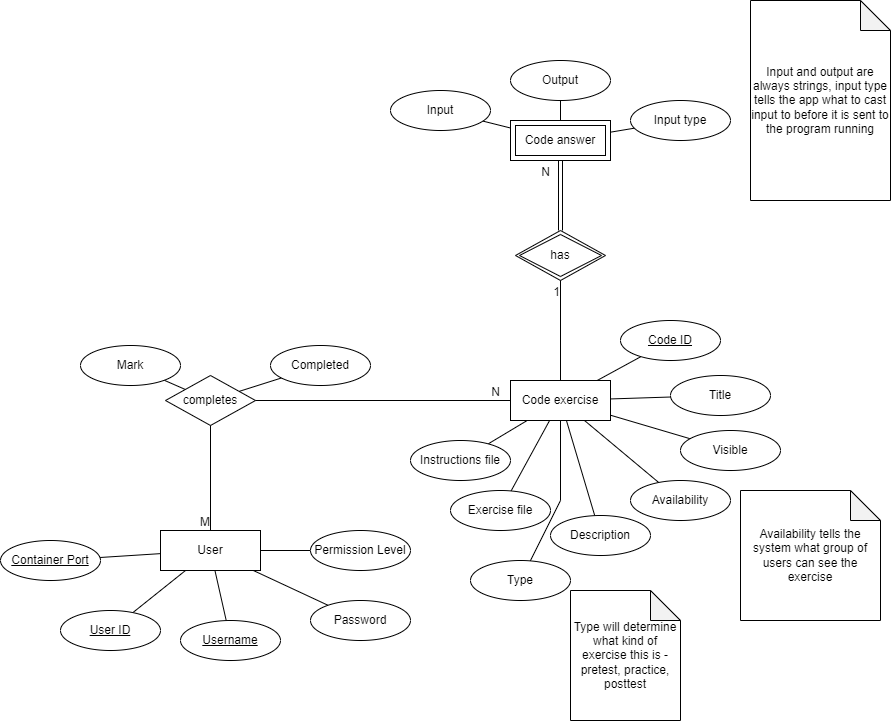
Above: design/ERD.png in otto2048/honours-project (draw.io), before the change. Source tidied: cells renumbered, new cells last; positions are measured from the earlier drawing's top-left corner, leaving out a move shared by most shapes.
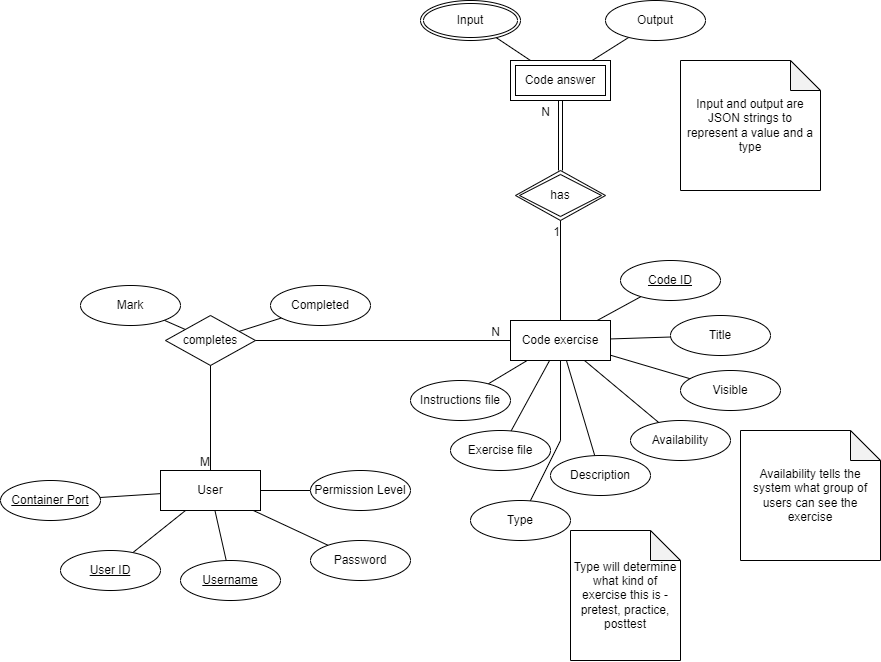
After the change.

Change to the diagram source:
```diff
@@ -116,26 +116,14 @@
         <mxPoint x="-10" y="20" as="offset" />
       </mxGeometry>
     </mxCell>
-    <mxCell id="36" style="rounded=0;jettySize=auto;html=1;endArrow=none;endFill=0;" parent="1" edge="1" source="37" target="30">
-      <mxGeometry relative="1" as="geometry" />
-    </mxCell>
-    <mxCell id="37" value="Input" style="ellipse;whiteSpace=wrap;html=1;align=center;" parent="1" vertex="1">
-      <mxGeometry x="390" y="90" width="100" height="40" as="geometry" />
-    </mxCell>
     <mxCell id="38" style="rounded=0;jettySize=auto;html=1;endArrow=none;endFill=0;" parent="1" edge="1" source="39" target="30">
       <mxGeometry relative="1" as="geometry" />
     </mxCell>
     <mxCell id="39" value="Output" style="ellipse;whiteSpace=wrap;html=1;align=center;" parent="1" vertex="1">
-      <mxGeometry x="510" y="60" width="100" height="40" as="geometry" />
+      <mxGeometry x="605" y="60" width="100" height="40" as="geometry" />
     </mxCell>
-    <mxCell id="40" style="rounded=0;jettySize=auto;html=1;endArrow=none;endFill=0;" parent="1" edge="1" source="41" target="30">
-      <mxGeometry relative="1" as="geometry" />
-    </mxCell>
-    <mxCell id="41" value="Input type" style="ellipse;whiteSpace=wrap;html=1;align=center;" parent="1" vertex="1">
-      <mxGeometry x="630" y="100" width="100" height="40" as="geometry" />
-    </mxCell>
-    <mxCell id="42" value="Input and output are always strings, input type tells the app what to cast input to before it is sent to the program running" style="shape=note;whiteSpace=wrap;html=1;backgroundOutline=1;darkOpacity=0.05;" parent="1" vertex="1">
-      <mxGeometry x="750" width="140" height="200" as="geometry" />
+    <mxCell id="42" value="Input and output are JSON strings to represent a value and a type" style="shape=note;whiteSpace=wrap;html=1;backgroundOutline=1;darkOpacity=0.05;" parent="1" vertex="1">
+      <mxGeometry x="680" y="120" width="140" height="130" as="geometry" />
     </mxCell>
     <mxCell id="43" style="rounded=0;jettySize=auto;html=1;endArrow=none;endFill=0;" parent="1" edge="1" source="44" target="3">
       <mxGeometry relative="1" as="geometry" />
@@ -170,5 +158,11 @@
     <mxCell id="53" value="Availability tells the system what group of users can see the exercise" style="shape=note;whiteSpace=wrap;html=1;backgroundOutline=1;darkOpacity=0.05;" parent="1" vertex="1">
       <mxGeometry x="740" y="490" width="140" height="130" as="geometry" />
     </mxCell>
+    <mxCell id="36" style="rounded=0;jettySize=auto;html=1;endArrow=none;endFill=0;" parent="1" edge="1" source="37" target="30">
+      <mxGeometry relative="1" as="geometry" />
+    </mxCell>
+    <mxCell id="37" value="Input" style="ellipse;shape=doubleEllipse;margin=3;whiteSpace=wrap;html=1;align=center;fillStyle=auto;" parent="1" vertex="1">
+      <mxGeometry x="420" y="60" width="100" height="40" as="geometry" />
+    </mxCell>
   </root>
 </mxGraphModel>
```
